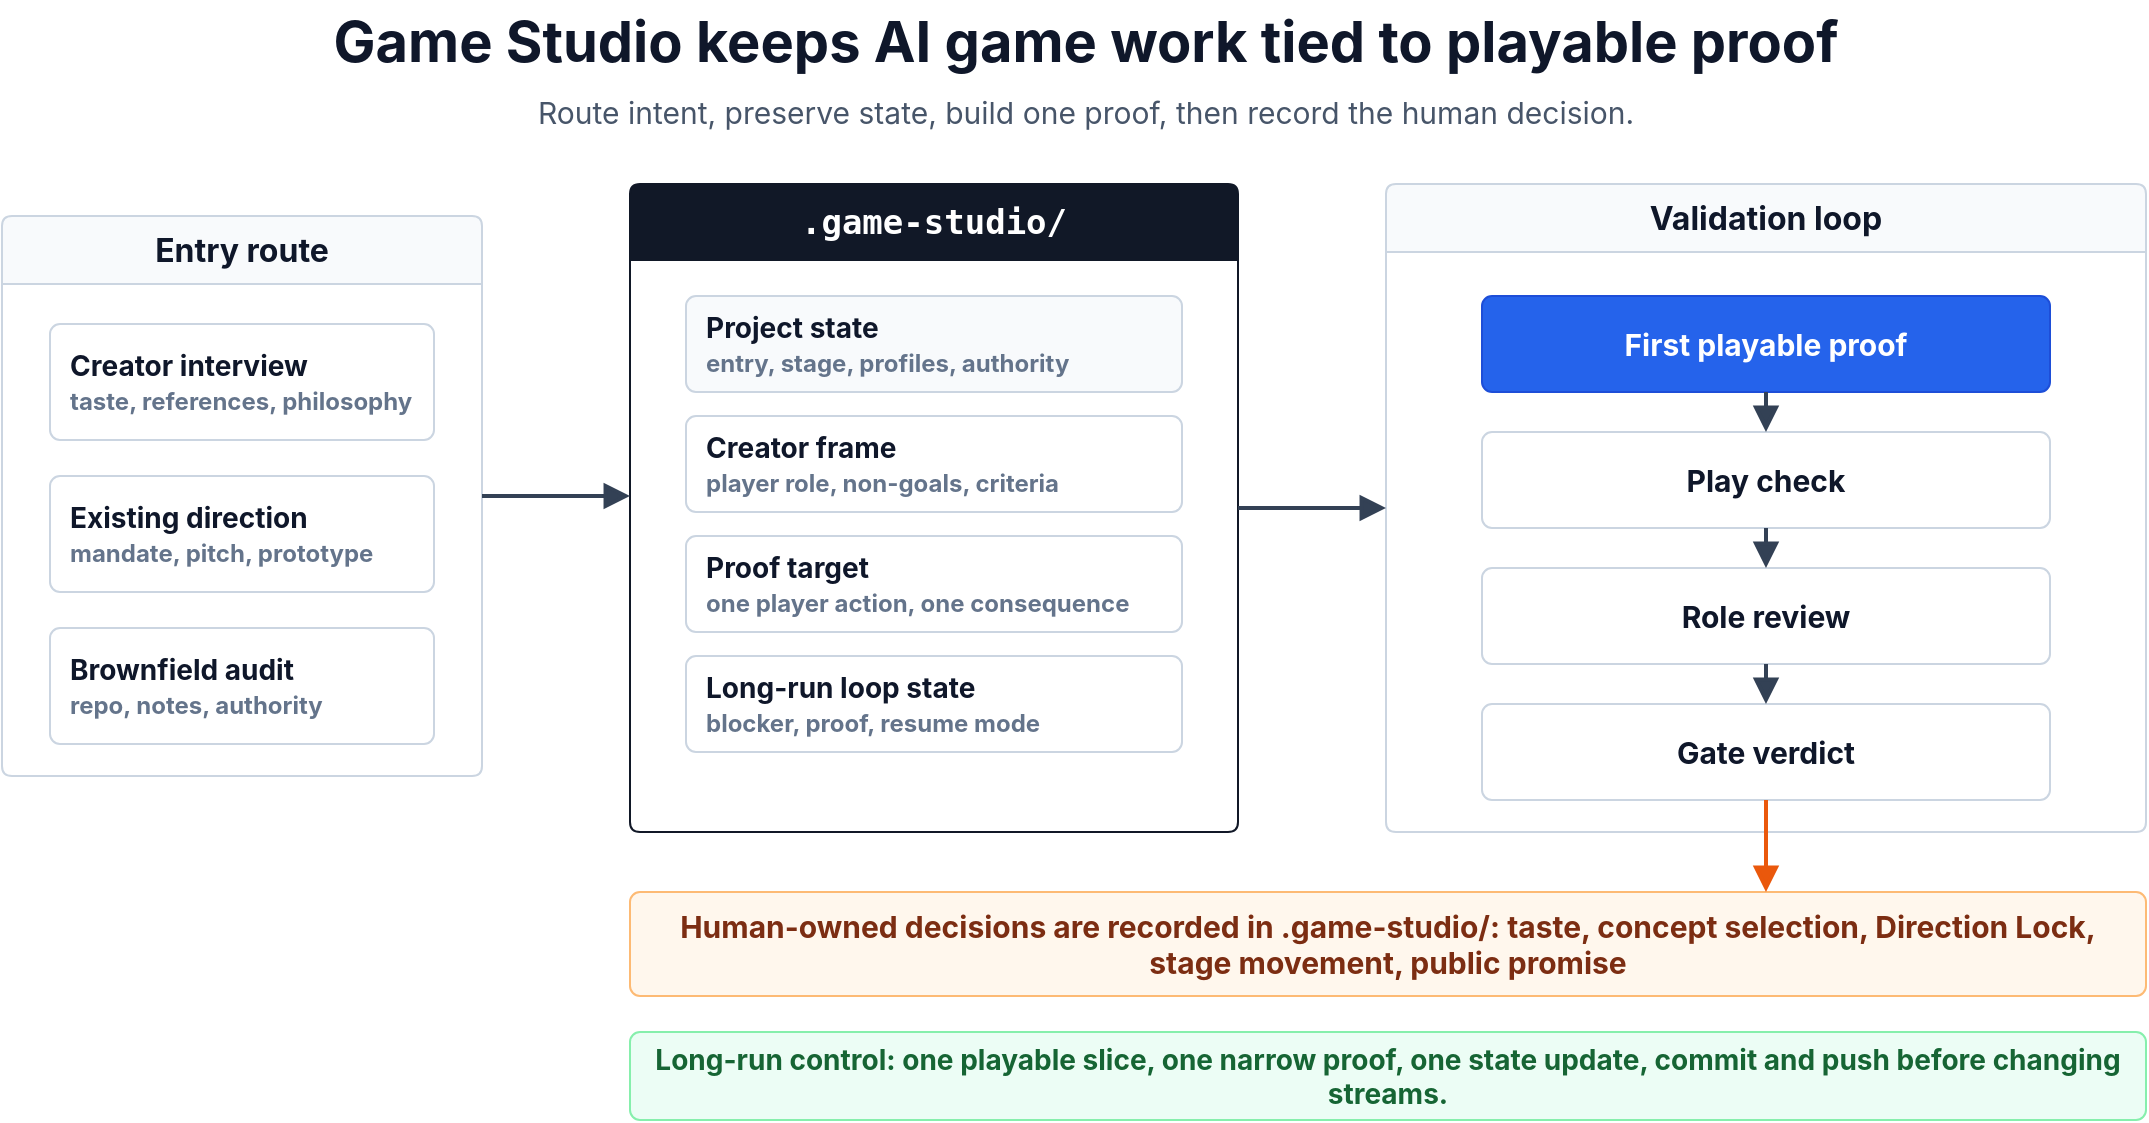
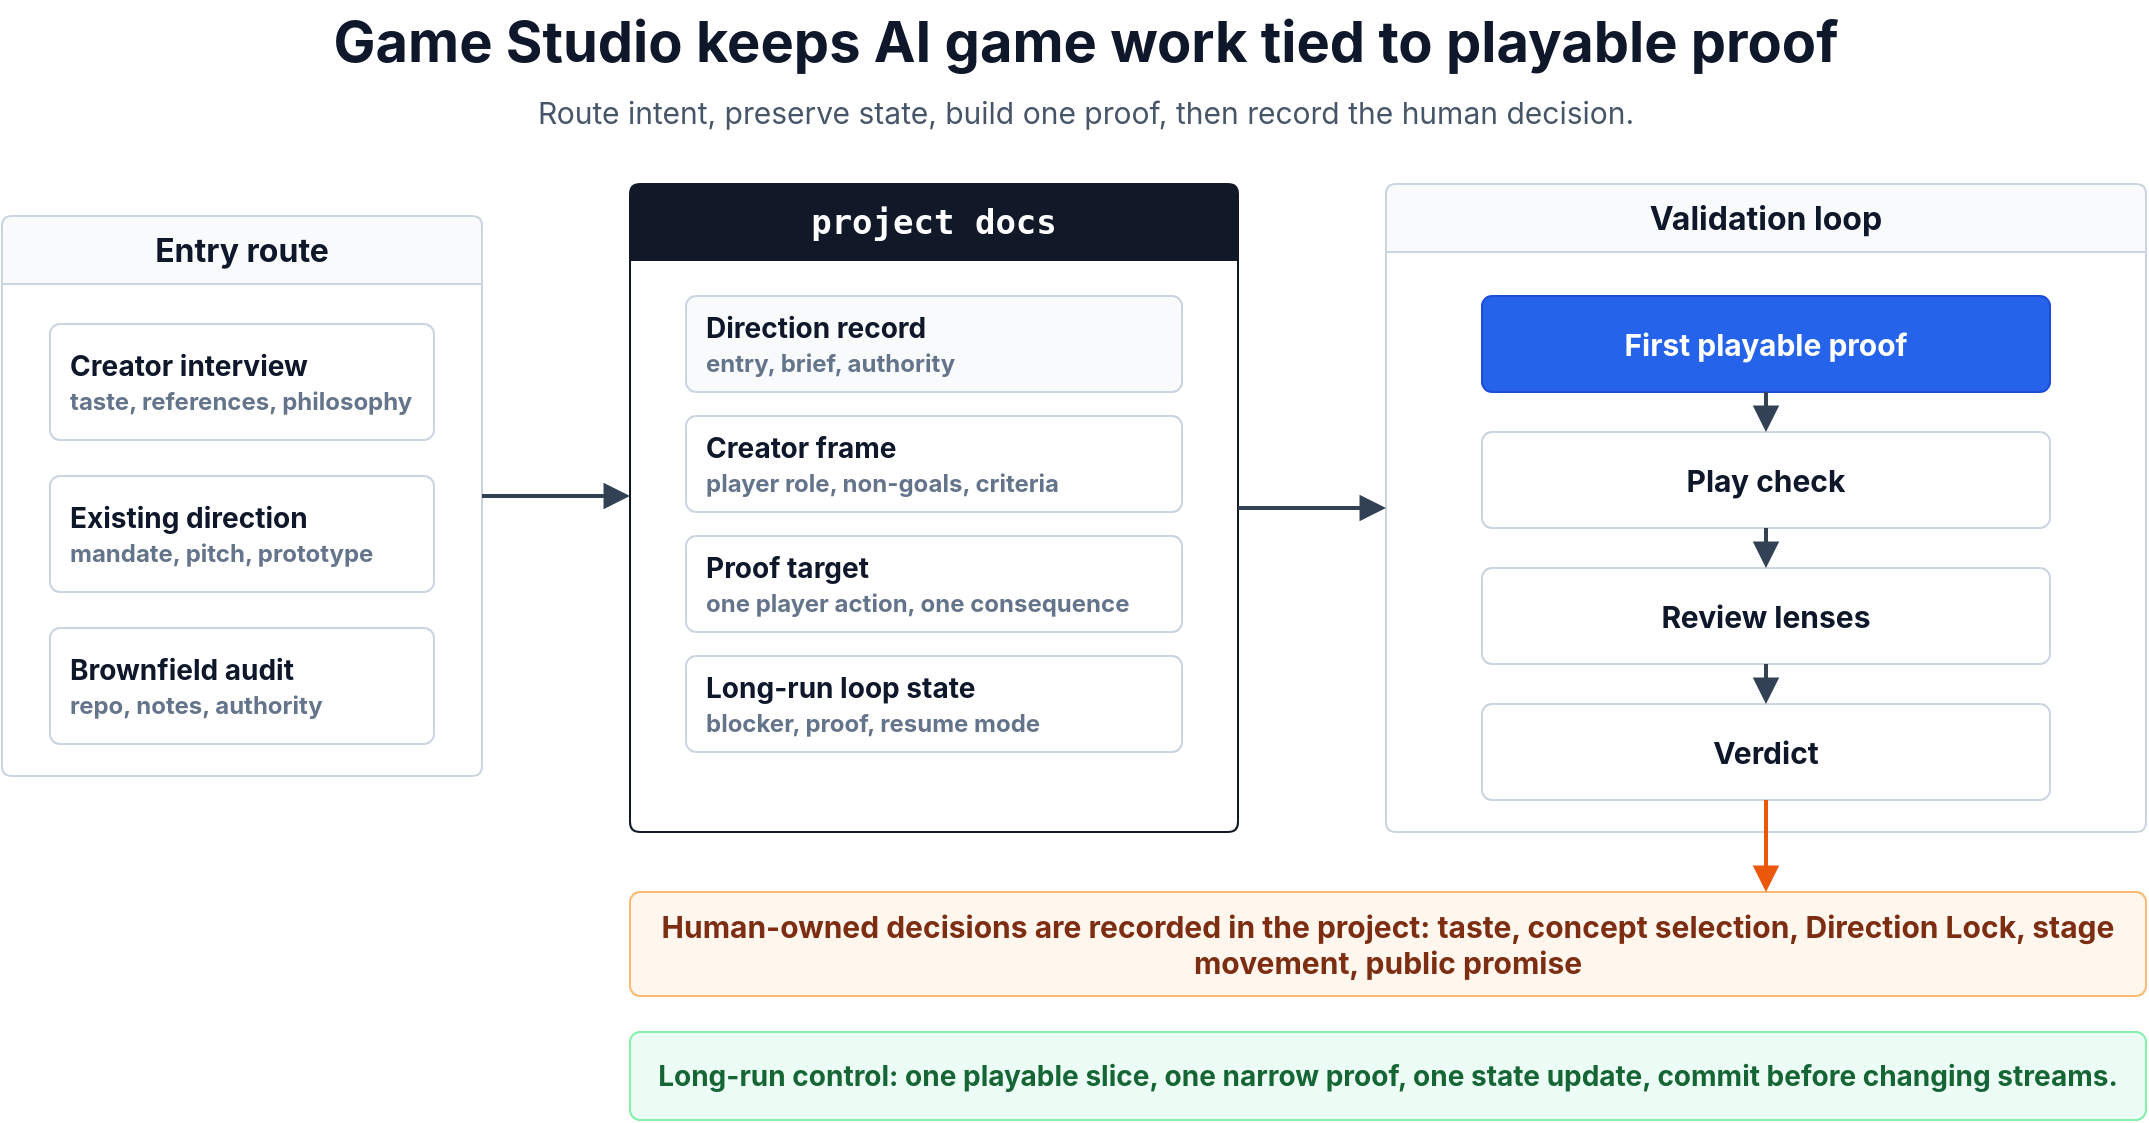
<mxfile host="app.diagrams.net" modified="2026-05-18T00:00:00.000Z" agent="Codex" version="24.7.17" type="device">
  <diagram id="readme-game-studio-map" name="README game studio map">
    <mxGraphModel dx="1200" dy="620" grid="1" gridSize="10" guides="1" tooltips="1" connect="1" arrows="1" fold="1" page="1" pageScale="1" pageWidth="1200" pageHeight="620" background="#FFFFFF" math="0" shadow="0" adaptiveColors="auto">
      <root>
        <mxCell id="0" />
        <mxCell id="1" parent="0" />
        <mxCell id="title" value="Game Studio keeps AI game work tied to playable proof" style="text;fontFamily=Inter,SF Pro Display,-apple-system,system-ui,Segoe UI,Roboto;strokeColor=none;fillColor=none;align=center;verticalAlign=middle;whiteSpace=wrap;fontSize=28;fontStyle=1;fontColor=#0F172A;spacing=0;html=1;" vertex="1" parent="1">
          <mxGeometry x="200" y="28" width="800" height="42" as="geometry" />
        </mxCell>
        <mxCell id="subtitle" value="Route intent, preserve state, build one proof, then record the human decision." style="text;fontFamily=Inter,SF Pro Display,-apple-system,system-ui,Segoe UI,Roboto;strokeColor=none;fillColor=none;align=center;verticalAlign=middle;whiteSpace=wrap;fontSize=15;fontColor=#475569;spacing=0;html=1;" vertex="1" parent="1">
          <mxGeometry x="270" y="72" width="660" height="24" as="geometry" />
        </mxCell>
        <mxCell id="entry-panel" value="Entry route" style="swimlane;startSize=34;rounded=1;absoluteArcSize=1;arcSize=10;whiteSpace=wrap;fontFamily=Inter,SF Pro Display,-apple-system,system-ui,Segoe UI,Roboto;fontSize=16;fontStyle=1;fontColor=#0F172A;fillColor=#F8FAFC;strokeColor=#CBD5E1;html=1;" vertex="1" parent="1">
          <mxGeometry x="58" y="136" width="240" height="280" as="geometry" />
        </mxCell>
        <mxCell id="entry-interview" value="Creator interview&lt;br&gt;&lt;font style=&quot;font-size:12px;color:#64748B;&quot;&gt;taste, references, philosophy&lt;/font&gt;" style="rounded=1;absoluteArcSize=1;arcSize=10;whiteSpace=wrap;fontFamily=Inter,SF Pro Display,-apple-system,system-ui,Segoe UI,Roboto;spacing=10;fillColor=#FFFFFF;strokeColor=#CBD5E1;fontColor=#0F172A;fontSize=14;fontStyle=1;align=left;html=1;" vertex="1" parent="entry-panel">
          <mxGeometry x="24" y="54" width="192" height="58" as="geometry" />
        </mxCell>
        <mxCell id="entry-direction" value="Existing direction&lt;br&gt;&lt;font style=&quot;font-size:12px;color:#64748B;&quot;&gt;mandate, pitch, prototype&lt;/font&gt;" style="rounded=1;absoluteArcSize=1;arcSize=10;whiteSpace=wrap;fontFamily=Inter,SF Pro Display,-apple-system,system-ui,Segoe UI,Roboto;spacing=10;fillColor=#FFFFFF;strokeColor=#CBD5E1;fontColor=#0F172A;fontSize=14;fontStyle=1;align=left;html=1;" vertex="1" parent="entry-panel">
          <mxGeometry x="24" y="130" width="192" height="58" as="geometry" />
        </mxCell>
        <mxCell id="entry-brownfield" value="Brownfield audit&lt;br&gt;&lt;font style=&quot;font-size:12px;color:#64748B;&quot;&gt;repo, notes, authority&lt;/font&gt;" style="rounded=1;absoluteArcSize=1;arcSize=10;whiteSpace=wrap;fontFamily=Inter,SF Pro Display,-apple-system,system-ui,Segoe UI,Roboto;spacing=10;fillColor=#FFFFFF;strokeColor=#CBD5E1;fontColor=#0F172A;fontSize=14;fontStyle=1;align=left;html=1;" vertex="1" parent="entry-panel">
          <mxGeometry x="24" y="206" width="192" height="58" as="geometry" />
        </mxCell>
-         <mxCell id="state-panel" value=".game-studio/" style="swimlane;startSize=38;rounded=1;absoluteArcSize=1;arcSize=10;whiteSpace=wrap;fontFamily=SF Mono,Menlo,Consolas,monospace;fontSize=17;fontStyle=1;fontColor=#FFFFFF;fillColor=#111827;strokeColor=#111827;spacing=10;html=1;" vertex="1" parent="1">
+         <mxCell id="state-panel" value="project docs" style="swimlane;startSize=38;rounded=1;absoluteArcSize=1;arcSize=10;whiteSpace=wrap;fontFamily=SF Mono,Menlo,Consolas,monospace;fontSize=17;fontStyle=1;fontColor=#FFFFFF;fillColor=#111827;strokeColor=#111827;spacing=10;html=1;" vertex="1" parent="1">
          <mxGeometry x="372" y="120" width="304" height="324" as="geometry" />
        </mxCell>
-         <mxCell id="state-project" value="Project state&lt;br&gt;&lt;font style=&quot;font-size:12px;color:#64748B;&quot;&gt;entry, stage, profiles, authority&lt;/font&gt;" style="rounded=1;absoluteArcSize=1;arcSize=10;whiteSpace=wrap;fontFamily=Inter,SF Pro Display,-apple-system,system-ui,Segoe UI,Roboto;spacing=10;fillColor=#F8FAFC;strokeColor=#CBD5E1;fontColor=#0F172A;fontSize=14;fontStyle=1;align=left;html=1;" vertex="1" parent="state-panel">
+         <mxCell id="state-project" value="Direction record&lt;br&gt;&lt;font style=&quot;font-size:12px;color:#64748B;&quot;&gt;entry, brief, authority&lt;/font&gt;" style="rounded=1;absoluteArcSize=1;arcSize=10;whiteSpace=wrap;fontFamily=Inter,SF Pro Display,-apple-system,system-ui,Segoe UI,Roboto;spacing=10;fillColor=#F8FAFC;strokeColor=#CBD5E1;fontColor=#0F172A;fontSize=14;fontStyle=1;align=left;html=1;" vertex="1" parent="state-panel">
          <mxGeometry x="28" y="56" width="248" height="48" as="geometry" />
        </mxCell>
        <mxCell id="state-frame" value="Creator frame&lt;br&gt;&lt;font style=&quot;font-size:12px;color:#64748B;&quot;&gt;player role, non-goals, criteria&lt;/font&gt;" style="rounded=1;absoluteArcSize=1;arcSize=10;whiteSpace=wrap;fontFamily=Inter,SF Pro Display,-apple-system,system-ui,Segoe UI,Roboto;spacing=10;fillColor=#FFFFFF;strokeColor=#CBD5E1;fontColor=#0F172A;fontSize=14;fontStyle=1;align=left;html=1;" vertex="1" parent="state-panel">
          <mxGeometry x="28" y="116" width="248" height="48" as="geometry" />
        </mxCell>
        <mxCell id="state-proof" value="Proof target&lt;br&gt;&lt;font style=&quot;font-size:12px;color:#64748B;&quot;&gt;one player action, one consequence&lt;/font&gt;" style="rounded=1;absoluteArcSize=1;arcSize=10;whiteSpace=wrap;fontFamily=Inter,SF Pro Display,-apple-system,system-ui,Segoe UI,Roboto;spacing=10;fillColor=#FFFFFF;strokeColor=#CBD5E1;fontColor=#0F172A;fontSize=14;fontStyle=1;align=left;html=1;" vertex="1" parent="state-panel">
          <mxGeometry x="28" y="176" width="248" height="48" as="geometry" />
        </mxCell>
        <mxCell id="state-long-run" value="Long-run loop state&lt;br&gt;&lt;font style=&quot;font-size:12px;color:#64748B;&quot;&gt;blocker, proof, resume mode&lt;/font&gt;" style="rounded=1;absoluteArcSize=1;arcSize=10;whiteSpace=wrap;fontFamily=Inter,SF Pro Display,-apple-system,system-ui,Segoe UI,Roboto;spacing=10;fillColor=#FFFFFF;strokeColor=#CBD5E1;fontColor=#0F172A;fontSize=14;fontStyle=1;align=left;html=1;" vertex="1" parent="state-panel">
          <mxGeometry x="28" y="236" width="248" height="48" as="geometry" />
        </mxCell>
        <mxCell id="loop-panel" value="Validation loop" style="swimlane;startSize=34;rounded=1;absoluteArcSize=1;arcSize=10;whiteSpace=wrap;fontFamily=Inter,SF Pro Display,-apple-system,system-ui,Segoe UI,Roboto;fontSize=16;fontStyle=1;fontColor=#0F172A;fillColor=#F8FAFC;strokeColor=#CBD5E1;spacing=10;html=1;" vertex="1" parent="1">
          <mxGeometry x="750" y="120" width="380" height="324" as="geometry" />
        </mxCell>
        <mxCell id="first-proof" value="First playable proof" style="rounded=1;absoluteArcSize=1;arcSize=10;whiteSpace=wrap;fontFamily=Inter,SF Pro Display,-apple-system,system-ui,Segoe UI,Roboto;spacing=8;fillColor=#2563EB;strokeColor=#1D4ED8;fontColor=#FFFFFF;fontSize=15;fontStyle=1;align=center;html=1;" vertex="1" parent="loop-panel">
          <mxGeometry x="48" y="56" width="284" height="48" as="geometry" />
        </mxCell>
        <mxCell id="play-check" value="Play check" style="rounded=1;absoluteArcSize=1;arcSize=10;whiteSpace=wrap;fontFamily=Inter,SF Pro Display,-apple-system,system-ui,Segoe UI,Roboto;spacing=8;fillColor=#FFFFFF;strokeColor=#CBD5E1;fontColor=#0F172A;fontSize=15;fontStyle=1;align=center;html=1;" vertex="1" parent="loop-panel">
          <mxGeometry x="48" y="124" width="284" height="48" as="geometry" />
        </mxCell>
-         <mxCell id="role-review" value="Role review" style="rounded=1;absoluteArcSize=1;arcSize=10;whiteSpace=wrap;fontFamily=Inter,SF Pro Display,-apple-system,system-ui,Segoe UI,Roboto;spacing=8;fillColor=#FFFFFF;strokeColor=#CBD5E1;fontColor=#0F172A;fontSize=15;fontStyle=1;align=center;html=1;" vertex="1" parent="loop-panel">
+         <mxCell id="role-review" value="Review lenses" style="rounded=1;absoluteArcSize=1;arcSize=10;whiteSpace=wrap;fontFamily=Inter,SF Pro Display,-apple-system,system-ui,Segoe UI,Roboto;spacing=8;fillColor=#FFFFFF;strokeColor=#CBD5E1;fontColor=#0F172A;fontSize=15;fontStyle=1;align=center;html=1;" vertex="1" parent="loop-panel">
          <mxGeometry x="48" y="192" width="284" height="48" as="geometry" />
        </mxCell>
-         <mxCell id="gate-verdict" value="Gate verdict" style="rounded=1;absoluteArcSize=1;arcSize=10;whiteSpace=wrap;fontFamily=Inter,SF Pro Display,-apple-system,system-ui,Segoe UI,Roboto;spacing=8;fillColor=#FFFFFF;strokeColor=#CBD5E1;fontColor=#0F172A;fontSize=15;fontStyle=1;align=center;html=1;" vertex="1" parent="loop-panel">
+         <mxCell id="gate-verdict" value="Verdict" style="rounded=1;absoluteArcSize=1;arcSize=10;whiteSpace=wrap;fontFamily=Inter,SF Pro Display,-apple-system,system-ui,Segoe UI,Roboto;spacing=8;fillColor=#FFFFFF;strokeColor=#CBD5E1;fontColor=#0F172A;fontSize=15;fontStyle=1;align=center;html=1;" vertex="1" parent="loop-panel">
          <mxGeometry x="48" y="260" width="284" height="48" as="geometry" />
        </mxCell>
-         <mxCell id="decision-strip" value="Human-owned decisions are recorded in .game-studio/: taste, concept selection, Direction Lock, stage movement, public promise" style="rounded=1;absoluteArcSize=1;arcSize=10;whiteSpace=wrap;fontFamily=Inter,SF Pro Display,-apple-system,system-ui,Segoe UI,Roboto;spacing=12;fillColor=#FFF7ED;strokeColor=#FDBA74;fontColor=#7C2D12;fontSize=15;fontStyle=1;align=center;html=1;" vertex="1" parent="1">
+         <mxCell id="decision-strip" value="Human-owned decisions are recorded in the project: taste, concept selection, Direction Lock, stage movement, public promise" style="rounded=1;absoluteArcSize=1;arcSize=10;whiteSpace=wrap;fontFamily=Inter,SF Pro Display,-apple-system,system-ui,Segoe UI,Roboto;spacing=12;fillColor=#FFF7ED;strokeColor=#FDBA74;fontColor=#7C2D12;fontSize=15;fontStyle=1;align=center;html=1;" vertex="1" parent="1">
          <mxGeometry x="372" y="474" width="758" height="52" as="geometry" />
        </mxCell>
-         <mxCell id="long-run-strip" value="Long-run control: one playable slice, one narrow proof, one state update, commit and push before changing streams." style="rounded=1;absoluteArcSize=1;arcSize=10;whiteSpace=wrap;fontFamily=Inter,SF Pro Display,-apple-system,system-ui,Segoe UI,Roboto;spacing=12;fillColor=#ECFDF5;strokeColor=#86EFAC;fontColor=#166534;fontSize=14;fontStyle=1;align=center;html=1;" vertex="1" parent="1">
+         <mxCell id="long-run-strip" value="Long-run control: one playable slice, one narrow proof, one state update, commit before changing streams." style="rounded=1;absoluteArcSize=1;arcSize=10;whiteSpace=wrap;fontFamily=Inter,SF Pro Display,-apple-system,system-ui,Segoe UI,Roboto;spacing=12;fillColor=#ECFDF5;strokeColor=#86EFAC;fontColor=#166534;fontSize=14;fontStyle=1;align=center;html=1;" vertex="1" parent="1">
          <mxGeometry x="372" y="544" width="758" height="44" as="geometry" />
        </mxCell>
        <mxCell id="entry-to-state" value="" style="edgeStyle=orthogonalEdgeStyle;rounded=0;orthogonalLoop=1;jettySize=auto;strokeColor=#334155;strokeWidth=2;endArrow=block;endFill=1;endSize=8;html=1;" edge="1" parent="1">
          <mxGeometry relative="1" as="geometry">
            <mxPoint x="298" y="276" as="sourcePoint" />
            <mxPoint x="372" y="276" as="targetPoint" />
          </mxGeometry>
        </mxCell>
        <mxCell id="state-to-loop" value="" style="edgeStyle=orthogonalEdgeStyle;rounded=0;orthogonalLoop=1;jettySize=auto;strokeColor=#334155;strokeWidth=2;endArrow=block;endFill=1;endSize=8;html=1;" edge="1" parent="1">
          <mxGeometry relative="1" as="geometry">
            <mxPoint x="676" y="282" as="sourcePoint" />
            <mxPoint x="750" y="282" as="targetPoint" />
          </mxGeometry>
        </mxCell>
        <mxCell id="proof-to-check" value="" style="edgeStyle=orthogonalEdgeStyle;rounded=0;orthogonalLoop=1;jettySize=auto;strokeColor=#334155;strokeWidth=2;endArrow=block;endFill=1;endSize=8;html=1;" edge="1" parent="1">
          <mxGeometry relative="1" as="geometry">
            <mxPoint x="940" y="224" as="sourcePoint" />
            <mxPoint x="940" y="244" as="targetPoint" />
          </mxGeometry>
        </mxCell>
        <mxCell id="check-to-review" value="" style="edgeStyle=orthogonalEdgeStyle;rounded=0;orthogonalLoop=1;jettySize=auto;strokeColor=#334155;strokeWidth=2;endArrow=block;endFill=1;endSize=8;html=1;" edge="1" parent="1">
          <mxGeometry relative="1" as="geometry">
            <mxPoint x="940" y="292" as="sourcePoint" />
            <mxPoint x="940" y="312" as="targetPoint" />
          </mxGeometry>
        </mxCell>
        <mxCell id="review-to-gate" value="" style="edgeStyle=orthogonalEdgeStyle;rounded=0;orthogonalLoop=1;jettySize=auto;strokeColor=#334155;strokeWidth=2;endArrow=block;endFill=1;endSize=8;html=1;" edge="1" parent="1">
          <mxGeometry relative="1" as="geometry">
            <mxPoint x="940" y="360" as="sourcePoint" />
            <mxPoint x="940" y="380" as="targetPoint" />
          </mxGeometry>
        </mxCell>
        <mxCell id="gate-to-decision" value="" style="edgeStyle=orthogonalEdgeStyle;rounded=0;orthogonalLoop=1;jettySize=auto;strokeColor=#EA580C;strokeWidth=2;endArrow=block;endFill=1;endSize=8;html=1;" edge="1" parent="1">
          <mxGeometry relative="1" as="geometry">
            <mxPoint x="940" y="428" as="sourcePoint" />
            <mxPoint x="940" y="474" as="targetPoint" />
          </mxGeometry>
        </mxCell>
      </root>
    </mxGraphModel>
  </diagram>
</mxfile>
